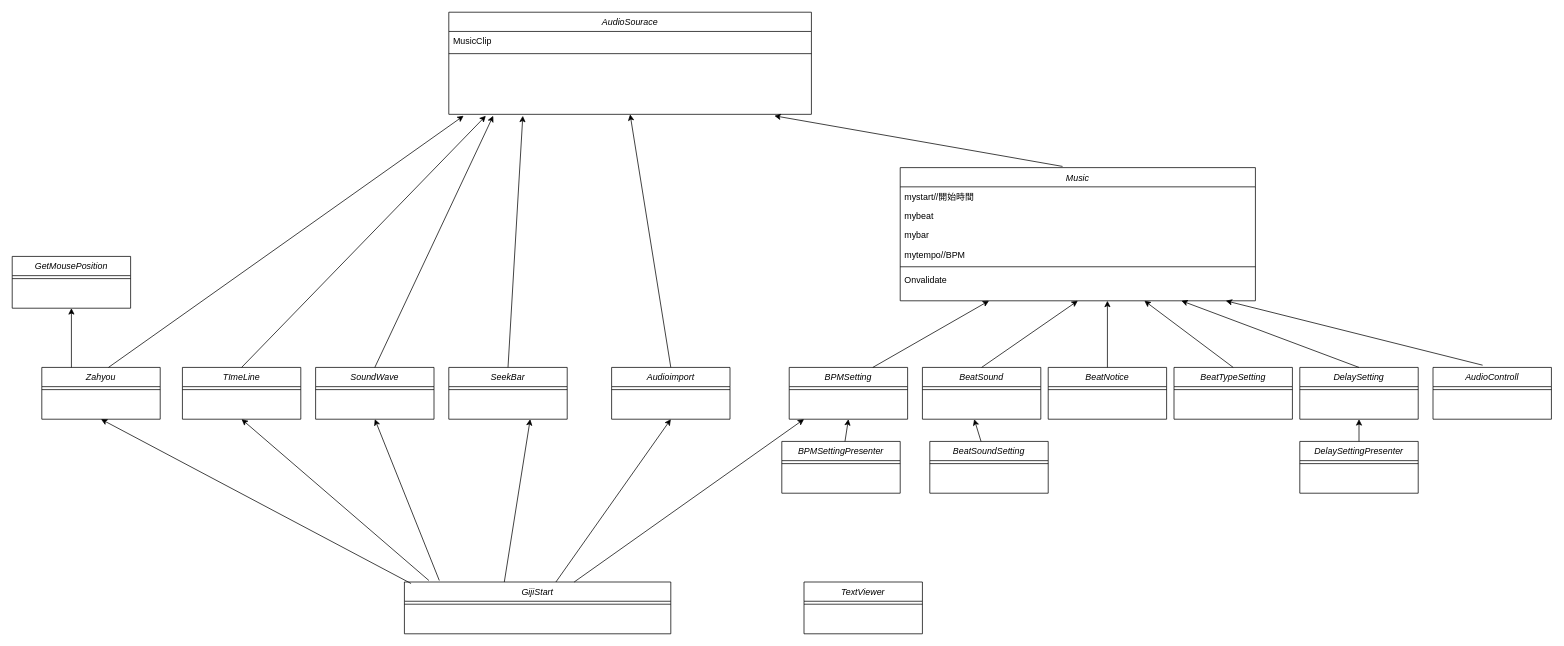
Above: Untitled Diagram.drawio in N18035/Sotsuken6 (draw.io), before the change. Source tidied: cells renumbered, new cells numbered last; positions are measured from the earlier drawing's top-left corner, leaving out a move shared by most shapes. Both pictures are drawn from the tidied source at 74%, with x=0, y=0 at pixel (12, 12).
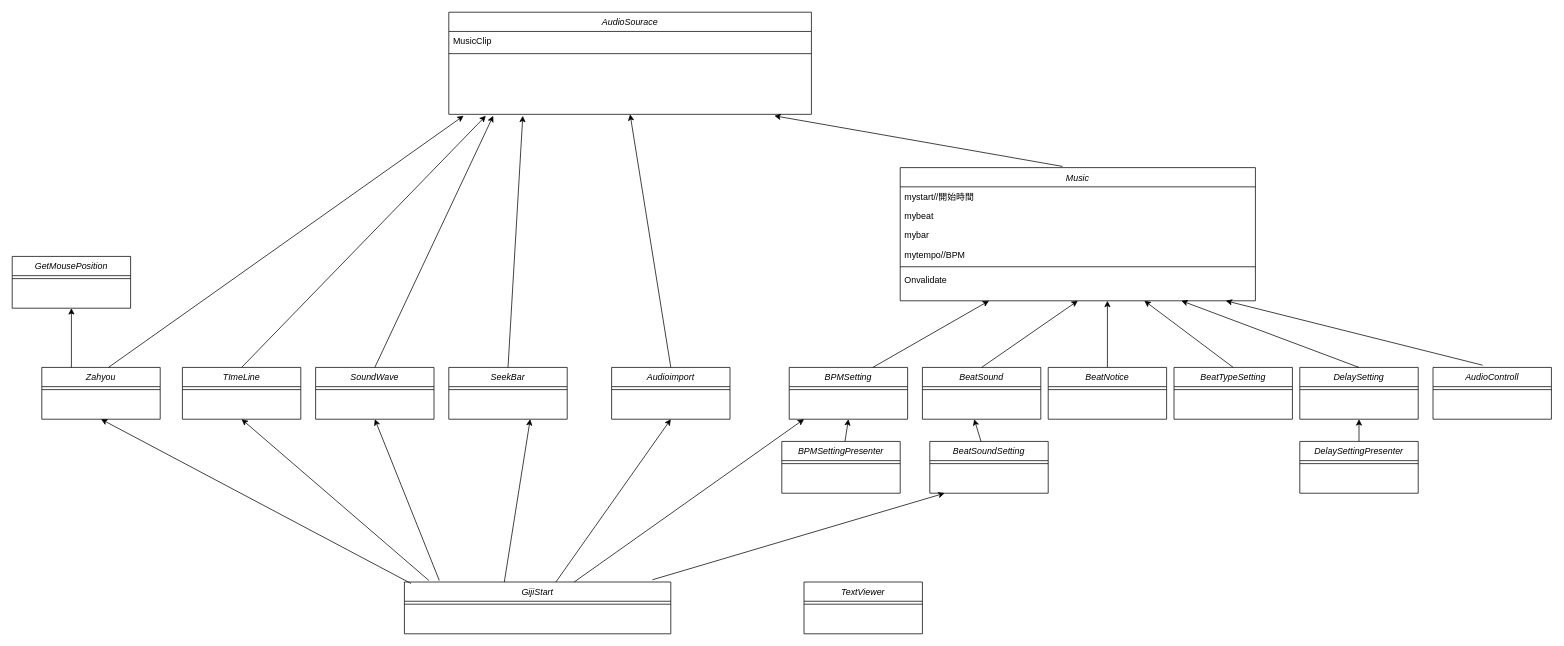
After the change.

Unchanged cells that the change refers to:
```xml
<mxCell id="16" value="GijiStart" style="swimlane;fontStyle=2;align=center;verticalAlign=top;horizontal=1;startSize=26;rounded=0;shadow=0;strokeWidth=1;" parent="1" vertex="1">
  <mxGeometry x="530" y="770" width="360" height="70" as="geometry" />
</mxCell>
```

The edit, as a diff of the source:
```diff
@@
+    <mxCell id="68" style="endArrow=classic;html=1;rounded=0;exitX=0.931;exitY=-0.043;exitDx=0;exitDy=0;exitPerimeter=0;" parent="1" edge="1" source="16">
+      <mxGeometry relative="1" as="geometry">
+        <mxPoint x="1260" y="650" as="targetPoint" />
+      </mxGeometry>
+    </mxCell>
```
